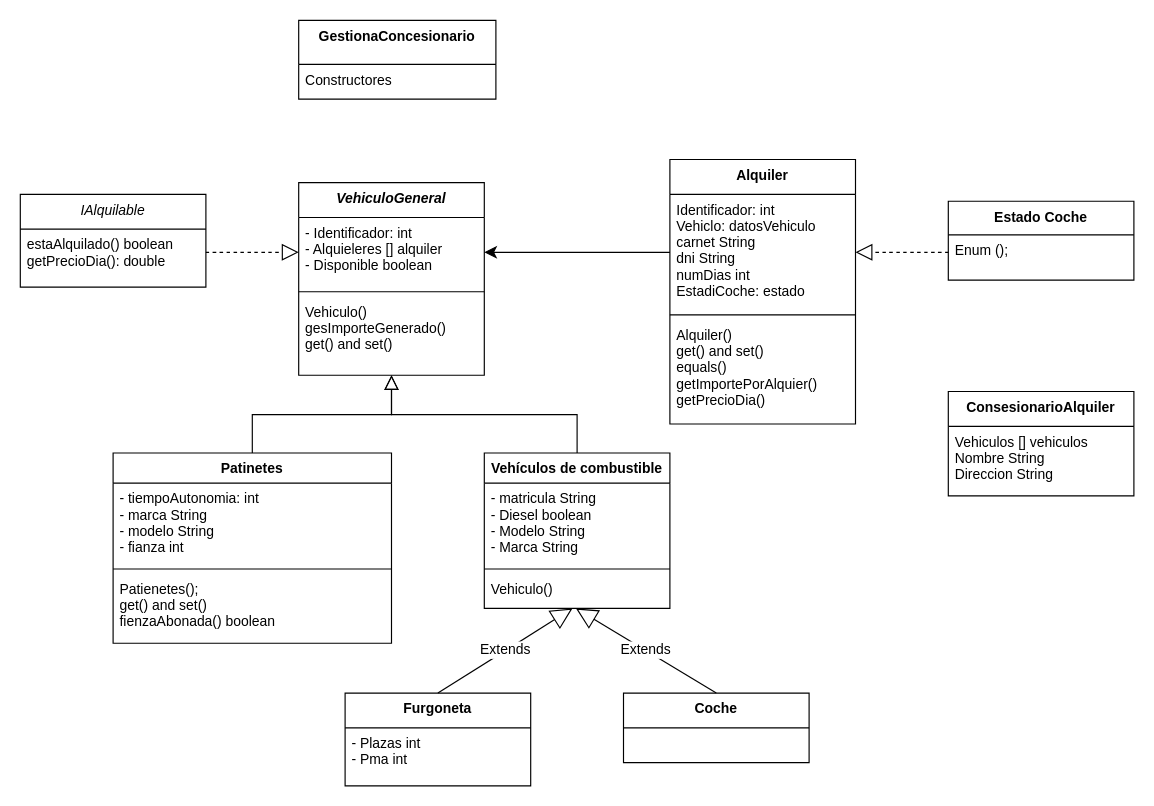
Above: simulacro.drawio in Angelita0907/PROGRAMACION (draw.io), before the change. Source tidied: cells renumbered, new cells numbered last; positions are measured from the earlier drawing's top-left corner, leaving out a move shared by most shapes. Both pictures are drawn from the tidied source at 116%, with x=0, y=0 at pixel (20, 20).
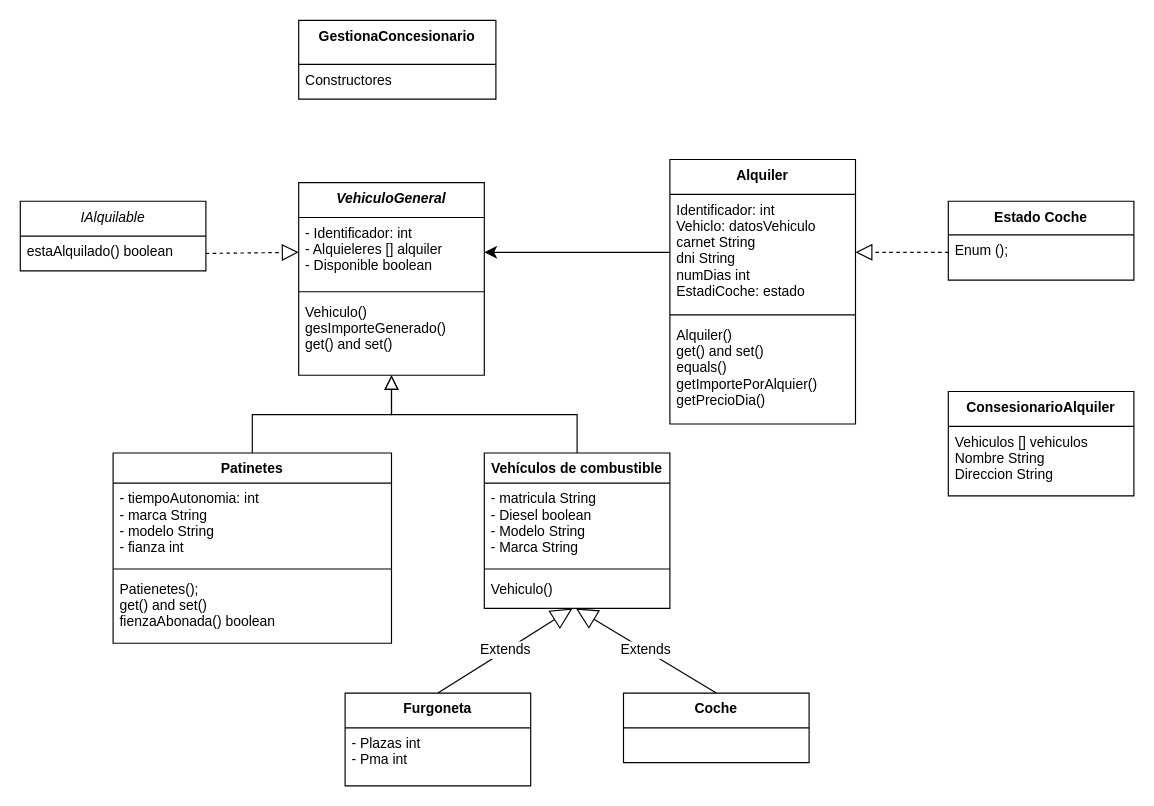
The same page after the edit.

What changed in the source:
```diff
@@
     <mxCell id="16" value="IAlquilable" style="swimlane;fontStyle=2;align=center;verticalAlign=top;horizontal=1;startSize=30;rounded=0;shadow=0;strokeWidth=1;" parent="1" vertex="1">
-      <mxGeometry y="150" width="160" height="80" as="geometry" />
+      <mxGeometry y="156" width="160" height="60" as="geometry" />
     </mxCell>
-    <mxCell id="17" value="estaAlquilado() boolean&#10;getPrecioDia(): double" style="text;align=left;verticalAlign=top;spacingLeft=4;spacingRight=4;overflow=hidden;points=[[0,0.5],[1,0.5]];portConstraint=eastwest;" parent="16" vertex="1">
-      <mxGeometry y="30" width="160" height="40" as="geometry" />
+    <mxCell id="17" value="estaAlquilado() boolean&#10;" style="text;align=left;verticalAlign=top;spacingLeft=4;spacingRight=4;overflow=hidden;points=[[0,0.5],[1,0.5]];portConstraint=eastwest;" parent="16" vertex="1">
+      <mxGeometry y="30" width="160" height="30" as="geometry" />
     </mxCell>
```
